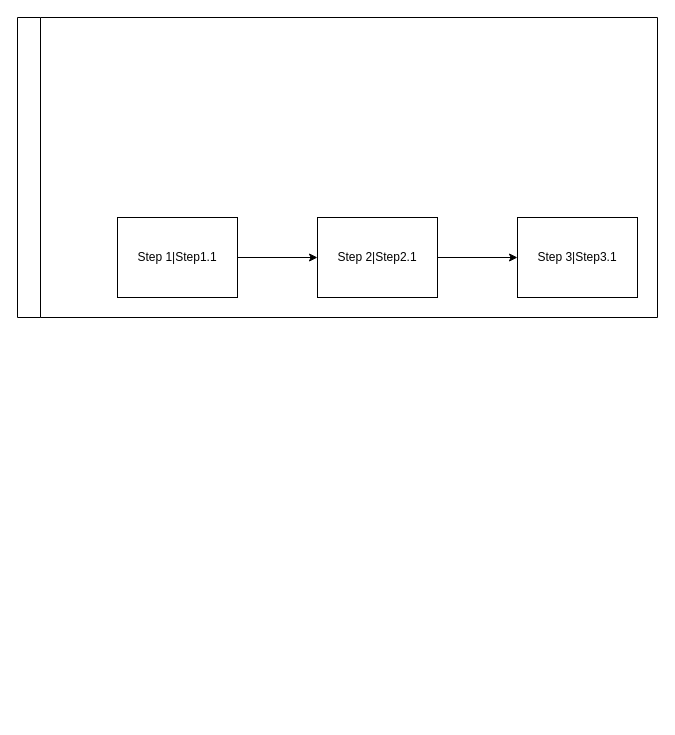
Before: generated_diagram2.drawio in Y2KPRABU/py-flask-api, a draw.io diagram. Source tidied: cells renumbered, new cells numbered last; positions are measured from the earlier drawing's top-left corner, leaving out a move shared by most shapes. Both pictures are drawn from the tidied source at 100%, with x=0, y=0 at pixel (17, 17).
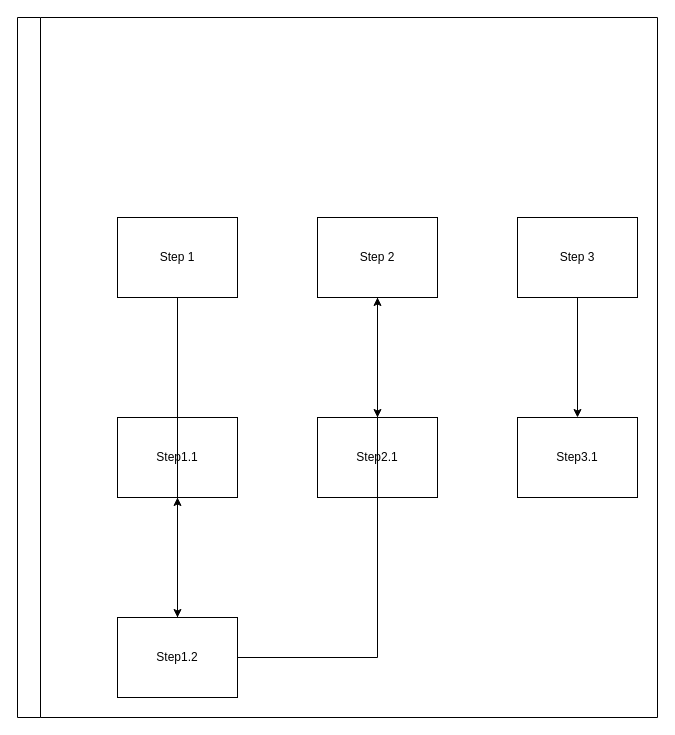
The same page after the edit.

Diff of the diagram source:
```diff
@@
 <mxGraphModel>
   <root>
     <mxCell id="0" />
     <mxCell id="1" parent="0" />
-    <mxCell id="2" style="swimlane;whiteSpace=wrap;rounded=0;dashed=0;horizontal=0;" parent="1" vertex="1">
-      <mxGeometry width="640" height="300" as="geometry" />
-    </mxCell>
-    <mxCell id="3" value="Step 1|Step1.1" style="whiteSpace=wrap;rounded=0;dashed=0;" parent="2" vertex="1">
-      <mxGeometry x="100" y="200" width="120" height="80" as="geometry" />
-    </mxCell>
-    <mxCell id="4" value="Step 2|Step2.1" style="whiteSpace=wrap;rounded=0;dashed=0;" parent="2" vertex="1">
-      <mxGeometry x="300" y="200" width="120" height="80" as="geometry" />
-    </mxCell>
-    <mxCell id="5" style="edgeStyle=orthogonalEdgeStyle;rounded=0;jettySize=auto;" parent="1" edge="1" source="3" target="4">
-      <mxGeometry relative="1" as="geometry" />
-    </mxCell>
-    <mxCell id="6" value="Step 3|Step3.1" style="whiteSpace=wrap;rounded=0;dashed=0;" parent="2" vertex="1">
-      <mxGeometry x="500" y="200" width="120" height="80" as="geometry" />
-    </mxCell>
-    <mxCell id="7" style="edgeStyle=orthogonalEdgeStyle;rounded=0;jettySize=auto;" parent="1" edge="1" source="4" target="6">
-      <mxGeometry relative="1" as="geometry" />
-    </mxCell>
+    <mxCell id="8" style="swimlane;whiteSpace=wrap;rounded=0;dashed=0;horizontal=0;" parent="1" vertex="1">
+      <mxGeometry width="640" height="700" as="geometry" />
+    </mxCell>
+    <mxCell id="9" value="Step 1" style="whiteSpace=wrap;rounded=0;dashed=0;" parent="8" vertex="1">
+      <mxGeometry x="100" y="200" width="120" height="80" as="geometry" />
+    </mxCell>
+    <mxCell id="10" value="Step1.1" style="whiteSpace=wrap;rounded=0;dashed=0;" parent="8" vertex="1">
+      <mxGeometry x="100" y="400" width="120" height="80" as="geometry" />
+    </mxCell>
+    <mxCell id="11" value="Step1.2" style="whiteSpace=wrap;rounded=0;dashed=0;" parent="8" vertex="1">
+      <mxGeometry x="100" y="600" width="120" height="80" as="geometry" />
+    </mxCell>
+    <mxCell id="12" style="edgeStyle=orthogonalEdgeStyle;rounded=0;jettySize=auto;" parent="1" edge="1" source="11" target="10">
+      <mxGeometry relative="1" as="geometry" />
+    </mxCell>
+    <mxCell id="13" value="Step 2" style="whiteSpace=wrap;rounded=0;dashed=0;" parent="8" vertex="1">
+      <mxGeometry x="300" y="200" width="120" height="80" as="geometry" />
+    </mxCell>
+    <mxCell id="14" value="Step2.1" style="whiteSpace=wrap;rounded=0;dashed=0;" parent="8" vertex="1">
+      <mxGeometry x="300" y="400" width="120" height="80" as="geometry" />
+    </mxCell>
+    <mxCell id="15" style="edgeStyle=orthogonalEdgeStyle;rounded=0;jettySize=auto;" parent="1" edge="1" source="13" target="14">
+      <mxGeometry relative="1" as="geometry" />
+    </mxCell>
+    <mxCell id="16" style="edgeStyle=orthogonalEdgeStyle;rounded=0;jettySize=auto;" parent="1" edge="1" source="9" target="11">
+      <mxGeometry relative="1" as="geometry" />
+    </mxCell>
+    <mxCell id="17" value="Step 3" style="whiteSpace=wrap;rounded=0;dashed=0;" parent="8" vertex="1">
+      <mxGeometry x="500" y="200" width="120" height="80" as="geometry" />
+    </mxCell>
+    <mxCell id="18" value="Step3.1" style="whiteSpace=wrap;rounded=0;dashed=0;" parent="8" vertex="1">
+      <mxGeometry x="500" y="400" width="120" height="80" as="geometry" />
+    </mxCell>
+    <mxCell id="19" style="edgeStyle=orthogonalEdgeStyle;rounded=0;jettySize=auto;" parent="1" edge="1" source="17" target="18">
+      <mxGeometry relative="1" as="geometry" />
+    </mxCell>
+    <mxCell id="20" style="edgeStyle=orthogonalEdgeStyle;rounded=0;jettySize=auto;" parent="1" edge="1" source="11" target="13">
+      <mxGeometry relative="1" as="geometry" />
+    </mxCell>
   </root>
 </mxGraphModel>
```
